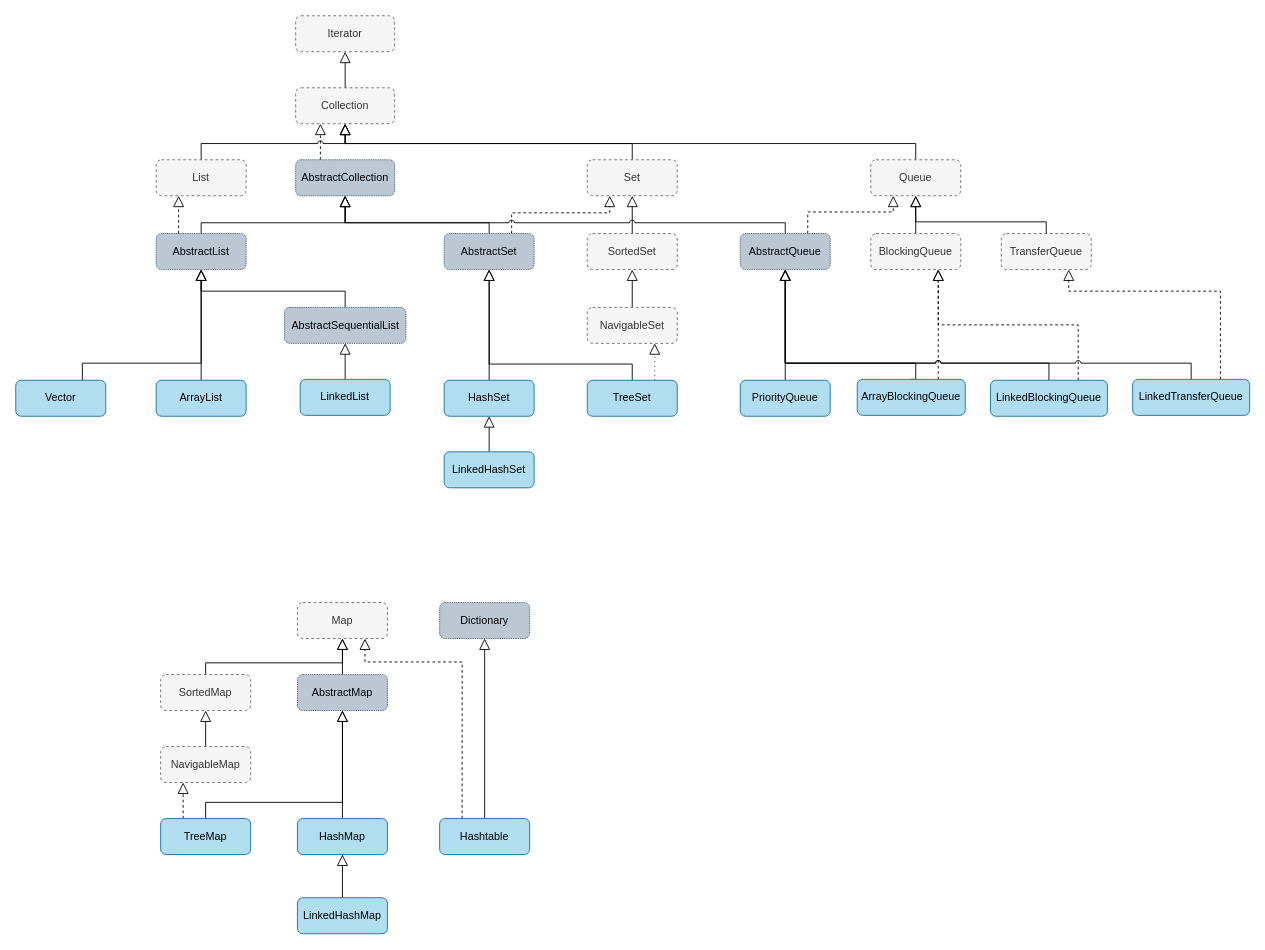
Above: Java Collection.drawio in imwangyi/java (draw.io), before the change. Source tidied: cells renumbered, new cells numbered last; positions are measured from the earlier drawing's top-left corner, leaving out a move shared by most shapes. Both pictures are drawn from the tidied source at 90%, with x=0, y=0 at pixel (15, 15).
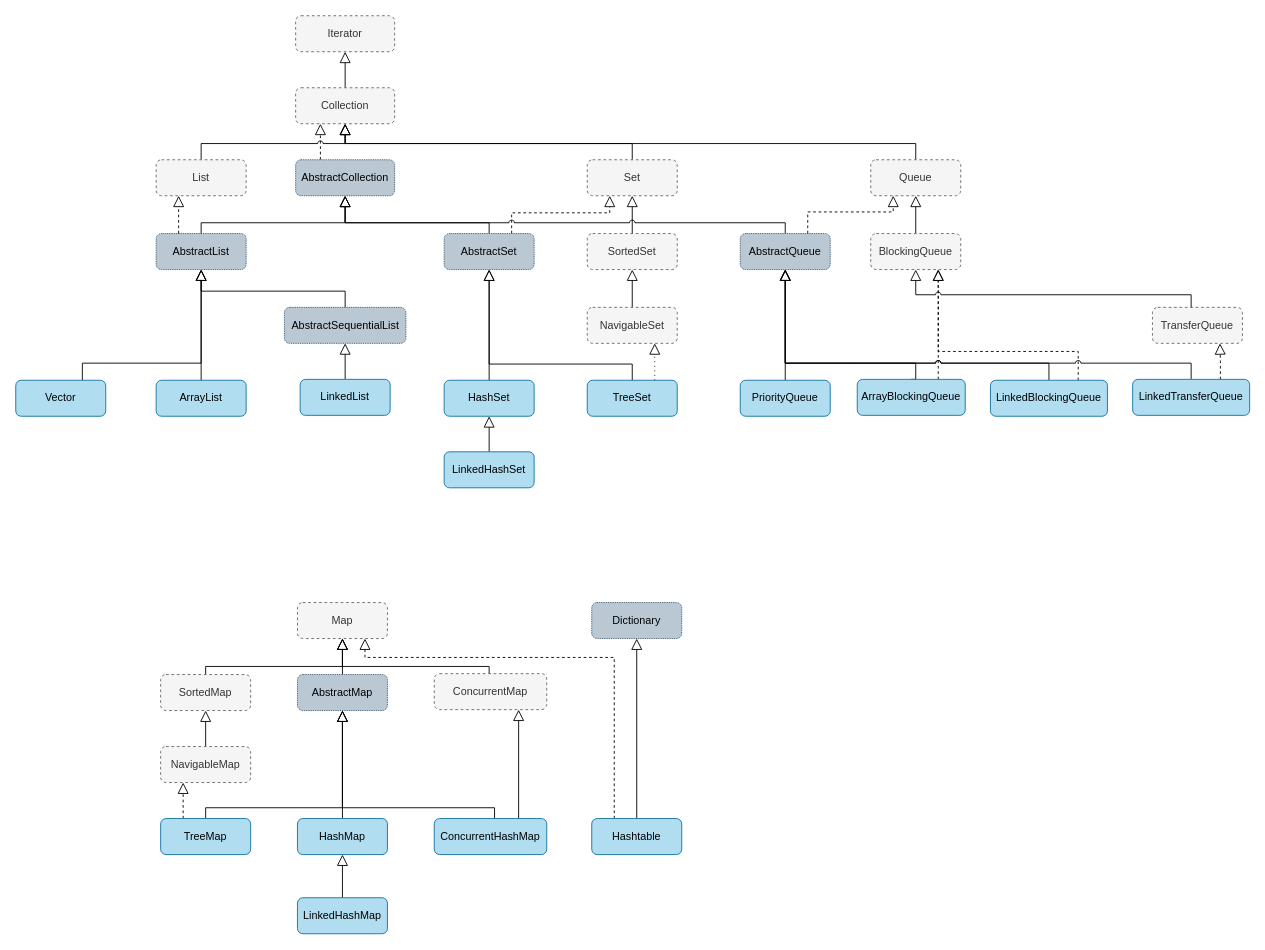
After the change.

Unchanged cells that the change refers to:
```xml
<mxCell id="10" value="Queue" style="rounded=1;whiteSpace=wrap;html=1;dashed=1;fillColor=#f5f5f5;fontColor=#333333;strokeColor=#666666;" parent="1" vertex="1">
  <mxGeometry x="950" y="160" width="100" height="40" as="geometry" />
</mxCell>
<mxCell id="47" value="BlockingQueue" style="rounded=1;whiteSpace=wrap;html=1;dashed=1;fillColor=#f5f5f5;fontColor=#333333;strokeColor=#666666;" parent="1" vertex="1">
  <mxGeometry x="950" y="242" width="100" height="40" as="geometry" />
</mxCell>
<mxCell id="50" value="LinkedBlockingQueue" style="rounded=1;whiteSpace=wrap;html=1;fillColor=#b1ddf0;strokeColor=#10739e;" parent="1" vertex="1">
  <mxGeometry x="1083" y="405" width="130" height="40" as="geometry" />
</mxCell>
<mxCell id="53" value="LinkedTransferQueue" style="rounded=1;whiteSpace=wrap;html=1;fillColor=#b1ddf0;strokeColor=#10739e;" parent="1" vertex="1">
  <mxGeometry x="1241" y="404" width="130" height="40" as="geometry" />
</mxCell>
<mxCell id="56" value="Map" style="rounded=1;whiteSpace=wrap;html=1;dashed=1;fillColor=#f5f5f5;fontColor=#333333;strokeColor=#666666;" parent="1" vertex="1">
  <mxGeometry x="313" y="652" width="100" height="40" as="geometry" />
</mxCell>
<mxCell id="62" value="AbstractMap" style="rounded=1;whiteSpace=wrap;html=1;dashed=1;dashPattern=1 1;fillColor=#bac8d3;strokeColor=#23445d;" parent="1" vertex="1">
  <mxGeometry x="313" y="732" width="100" height="40" as="geometry" />
</mxCell>
<mxCell id="69" value="TreeMap" style="rounded=1;whiteSpace=wrap;html=1;fillColor=#b1ddf0;strokeColor=#10739e;" parent="1" vertex="1">
  <mxGeometry x="161" y="892" width="100" height="40" as="geometry" />
</mxCell>
<mxCell id="73" value="SortedMap" style="rounded=1;whiteSpace=wrap;html=1;dashed=1;fillColor=#f5f5f5;fontColor=#333333;strokeColor=#666666;" parent="1" vertex="1">
  <mxGeometry x="161" y="732" width="100" height="40" as="geometry" />
</mxCell>
```

What changed in the source:
```diff
@@
+    <mxCell id="49" style="edgeStyle=orthogonalEdgeStyle;rounded=0;jumpStyle=arc;jettySize=auto;html=1;exitX=0.75;exitY=0;exitDx=0;exitDy=0;entryX=0.75;entryY=1;entryDx=0;entryDy=0;endArrow=block;endFill=0;endSize=10;dashed=1;" parent="1" edge="1" source="50" target="47">
+      <mxGeometry relative="1" as="geometry">
+        <Array as="points">
+          <mxPoint x="1181" y="373" />
+          <mxPoint x="1025" y="373" />
+        </Array>
+      </mxGeometry>
+    </mxCell>
@@
-    <mxCell id="49" style="edgeStyle=orthogonalEdgeStyle;rounded=0;jumpStyle=arc;jettySize=auto;html=1;exitX=0.75;exitY=0;exitDx=0;exitDy=0;entryX=0.75;entryY=1;entryDx=0;entryDy=0;endArrow=block;endFill=0;endSize=10;dashed=1;" parent="1" edge="1" source="50" target="47">
-      <mxGeometry relative="1" as="geometry" />
-    </mxCell>
@@
-    <mxCell id="52" style="edgeStyle=orthogonalEdgeStyle;rounded=0;jumpStyle=arc;jettySize=auto;html=1;exitX=0.75;exitY=0;exitDx=0;exitDy=0;entryX=0.75;entryY=1;entryDx=0;entryDy=0;endArrow=block;endFill=0;endSize=10;dashed=1;" parent="1" edge="1" source="53" target="55">
-      <mxGeometry relative="1" as="geometry">
-        <Array as="points">
-          <mxPoint x="1339" y="306" />
-          <mxPoint x="1170" y="306" />
-        </Array>
-      </mxGeometry>
+    <mxCell id="52" style="edgeStyle=orthogonalEdgeStyle;rounded=0;jettySize=auto;html=1;exitX=0.75;exitY=0;exitDx=0;exitDy=0;entryX=0.75;entryY=1;entryDx=0;entryDy=0;endArrow=block;endFill=0;endSize=10;dashed=1;" parent="1" edge="1" source="53" target="55">
+      <mxGeometry relative="1" as="geometry" />
     </mxCell>
@@
-    <mxCell id="54" style="edgeStyle=orthogonalEdgeStyle;rounded=0;jumpStyle=arc;jettySize=auto;html=1;entryX=0.5;entryY=1;entryDx=0;entryDy=0;endArrow=block;endFill=0;endSize=10;" parent="1" edge="1" source="55" target="10">
-      <mxGeometry relative="1" as="geometry">
-        <Array as="points">
-          <mxPoint x="1145" y="229" />
-          <mxPoint x="1000" y="229" />
-        </Array>
-      </mxGeometry>
-    </mxCell>
     <mxCell id="55" value="TransferQueue" style="rounded=1;whiteSpace=wrap;html=1;dashed=1;fillColor=#f5f5f5;fontColor=#333333;strokeColor=#666666;" parent="1" vertex="1">
-      <mxGeometry x="1095" y="242" width="100" height="40" as="geometry" />
+      <mxGeometry x="1263" y="324" width="100" height="40" as="geometry" />
     </mxCell>
@@
     <mxCell id="57" value="Dictionary" style="rounded=1;whiteSpace=wrap;html=1;dashed=1;dashPattern=1 1;fillColor=#bac8d3;strokeColor=#23445d;" parent="1" vertex="1">
-      <mxGeometry x="471" y="652" width="100" height="40" as="geometry" />
+      <mxGeometry x="640" y="652" width="100" height="40" as="geometry" />
     </mxCell>
@@
     <mxCell id="59" style="edgeStyle=orthogonalEdgeStyle;rounded=0;jumpStyle=arc;jettySize=auto;html=1;exitX=0.25;exitY=0;exitDx=0;exitDy=0;entryX=0.75;entryY=1;entryDx=0;entryDy=0;dashed=1;endArrow=block;endFill=0;endSize=10;" parent="1" edge="1" source="60" target="56">
       <mxGeometry relative="1" as="geometry">
         <Array as="points">
-          <mxPoint x="496" y="718" />
-          <mxPoint x="388" y="718" />
+          <mxPoint x="665" y="713" />
+          <mxPoint x="388" y="713" />
         </Array>
       </mxGeometry>
     </mxCell>
     <mxCell id="60" value="Hashtable" style="rounded=1;whiteSpace=wrap;html=1;fillColor=#b1ddf0;strokeColor=#10739e;" parent="1" vertex="1">
-      <mxGeometry x="471" y="892" width="100" height="40" as="geometry" />
+      <mxGeometry x="640" y="892" width="100" height="40" as="geometry" />
     </mxCell>
@@
     <mxCell id="67" style="edgeStyle=orthogonalEdgeStyle;rounded=0;jettySize=auto;html=1;endArrow=block;endFill=0;endSize=10;" parent="1" edge="1" source="69" target="62">
       <mxGeometry relative="1" as="geometry">
         <Array as="points">
-          <mxPoint x="211" y="874" />
-          <mxPoint x="363" y="874" />
+          <mxPoint x="211" y="880" />
+          <mxPoint x="363" y="880" />
         </Array>
       </mxGeometry>
     </mxCell>
@@
     <mxCell id="72" style="edgeStyle=orthogonalEdgeStyle;rounded=0;jettySize=auto;html=1;endArrow=block;endFill=0;endSize=10;" parent="1" edge="1" source="73" target="56">
       <mxGeometry relative="1" as="geometry">
         <Array as="points">
-          <mxPoint x="211" y="719" />
-          <mxPoint x="363" y="719" />
+          <mxPoint x="211" y="723" />
+          <mxPoint x="363" y="723" />
         </Array>
       </mxGeometry>
     </mxCell>
@@
+    <mxCell id="74" style="edgeStyle=orthogonalEdgeStyle;rounded=0;jettySize=auto;html=1;entryX=0.5;entryY=1;entryDx=0;entryDy=0;endArrow=block;endFill=0;endSize=10;jumpStyle=arc;" parent="1" edge="1" source="55" target="47">
+      <mxGeometry relative="1" as="geometry">
+        <Array as="points">
+          <mxPoint x="1306" y="310" />
+          <mxPoint x="1000" y="310" />
+        </Array>
+      </mxGeometry>
+    </mxCell>
+    <mxCell id="75" style="edgeStyle=orthogonalEdgeStyle;rounded=0;jumpStyle=arc;jettySize=auto;html=1;endArrow=block;endFill=0;endSize=10;" parent="1" edge="1" source="77" target="62">
+      <mxGeometry relative="1" as="geometry">
+        <Array as="points">
+          <mxPoint x="532" y="880" />
+          <mxPoint x="363" y="880" />
+        </Array>
+      </mxGeometry>
+    </mxCell>
+    <mxCell id="76" style="edgeStyle=orthogonalEdgeStyle;rounded=0;jumpStyle=arc;jettySize=auto;html=1;exitX=0.75;exitY=0;exitDx=0;exitDy=0;entryX=0.75;entryY=1;entryDx=0;entryDy=0;endArrow=block;endFill=0;endSize=10;" parent="1" edge="1" source="77" target="79">
+      <mxGeometry relative="1" as="geometry" />
+    </mxCell>
+    <mxCell id="77" value="ConcurrentHashMap" style="rounded=1;whiteSpace=wrap;html=1;fillColor=#b1ddf0;strokeColor=#10739e;" parent="1" vertex="1">
+      <mxGeometry x="465" y="892" width="125" height="40" as="geometry" />
+    </mxCell>
+    <mxCell id="78" style="edgeStyle=orthogonalEdgeStyle;rounded=0;jumpStyle=arc;jettySize=auto;html=1;endArrow=block;endFill=0;endSize=10;" parent="1" edge="1" source="79" target="56">
+      <mxGeometry relative="1" as="geometry">
+        <Array as="points">
+          <mxPoint x="526" y="723" />
+          <mxPoint x="363" y="723" />
+        </Array>
+      </mxGeometry>
+    </mxCell>
+    <mxCell id="79" value="ConcurrentMap" style="rounded=1;whiteSpace=wrap;html=1;dashed=1;fillColor=#f5f5f5;fontColor=#333333;strokeColor=#666666;" parent="1" vertex="1">
+      <mxGeometry x="465" y="731" width="125" height="40" as="geometry" />
+    </mxCell>
```
